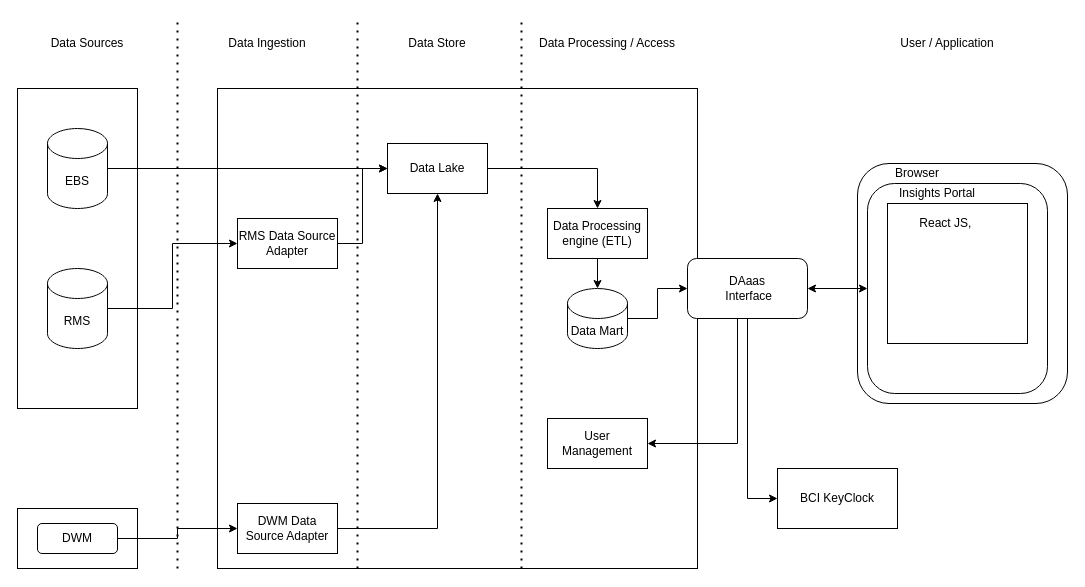
The draw.io diagram Insights_App_Architecture.drawio in jayachandranjg/architecture, before the edit. Source tidied: cells renumbered, new cells numbered last; positions are measured from the earlier drawing's top-left corner, leaving out a move shared by most shapes. Both pictures are drawn from the tidied source at 100%, with x=0, y=0 at pixel (17, 18).
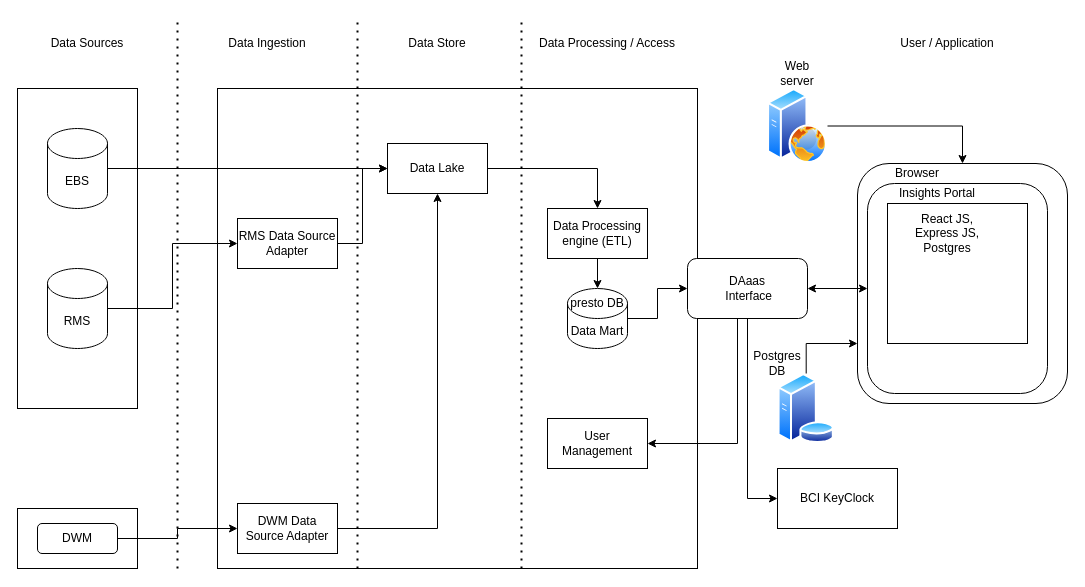
The same diagram, later.

The change refers to these unchanged cells:
```xml
<mxCell id="29" style="rounded=1;whiteSpace=wrap;html=1;" parent="1" vertex="1">
  <mxGeometry x="840" y="145" width="210" height="240" as="geometry" />
</mxCell>
```

The edit, as a diff of the source:
```diff
@@
-    <mxCell id="34" value="React JS,&amp;nbsp;" style="text;html=1;strokeColor=none;fillColor=none;align=center;verticalAlign=middle;whiteSpace=wrap;rounded=0;" parent="1" vertex="1">
-      <mxGeometry x="880" y="195" width="100" height="20" as="geometry" />
+    <mxCell id="34" value="React JS, Express JS, Postgres" style="text;html=1;strokeColor=none;fillColor=none;align=center;verticalAlign=middle;whiteSpace=wrap;rounded=0;" parent="1" vertex="1">
+      <mxGeometry x="880" y="205" width="100" height="20" as="geometry" />
     </mxCell>
@@
+    <mxCell id="41" style="edgeStyle=orthogonalEdgeStyle;rounded=0;jettySize=auto;html=1;entryX=0.5;entryY=0;entryDx=0;entryDy=0;" parent="1" edge="1" source="42" target="29">
+      <mxGeometry relative="1" as="geometry" />
+    </mxCell>
+    <mxCell id="42" style="image;perimeter=ellipsePerimeter;html=1;align=center;shadow=0;dashed=0;spacingTop=3;image=img/lib/active_directory/web_server.svg;" parent="1" vertex="1">
+      <mxGeometry x="750" y="70" width="60" height="75" as="geometry" />
+    </mxCell>
+    <mxCell id="43" style="edgeStyle=orthogonalEdgeStyle;rounded=0;jettySize=auto;html=1;entryX=0;entryY=0.75;entryDx=0;entryDy=0;exitX=0.5;exitY=0;exitDx=0;exitDy=0;" parent="1" edge="1" source="44" target="29">
+      <mxGeometry relative="1" as="geometry" />
+    </mxCell>
+    <mxCell id="44" style="image;perimeter=ellipsePerimeter;html=1;align=center;shadow=0;dashed=0;spacingTop=3;image=img/lib/active_directory/database_server.svg;" parent="1" vertex="1">
+      <mxGeometry x="760" y="355" width="57.4" height="70" as="geometry" />
+    </mxCell>
+    <mxCell id="45" value="Web server" style="text;html=1;strokeColor=none;fillColor=none;align=center;verticalAlign=middle;whiteSpace=wrap;rounded=0;" parent="1" vertex="1">
+      <mxGeometry x="750" y="40" width="60" height="30" as="geometry" />
+    </mxCell>
+    <mxCell id="46" value="Postgres DB" style="text;html=1;strokeColor=none;fillColor=none;align=center;verticalAlign=middle;whiteSpace=wrap;rounded=0;" parent="1" vertex="1">
+      <mxGeometry x="730" y="330" width="60" height="30" as="geometry" />
+    </mxCell>
+    <mxCell id="47" value="presto DB" style="text;html=1;strokeColor=none;fillColor=none;align=center;verticalAlign=middle;whiteSpace=wrap;rounded=0;" parent="1" vertex="1">
+      <mxGeometry x="550" y="270" width="60" height="30" as="geometry" />
+    </mxCell>
```
